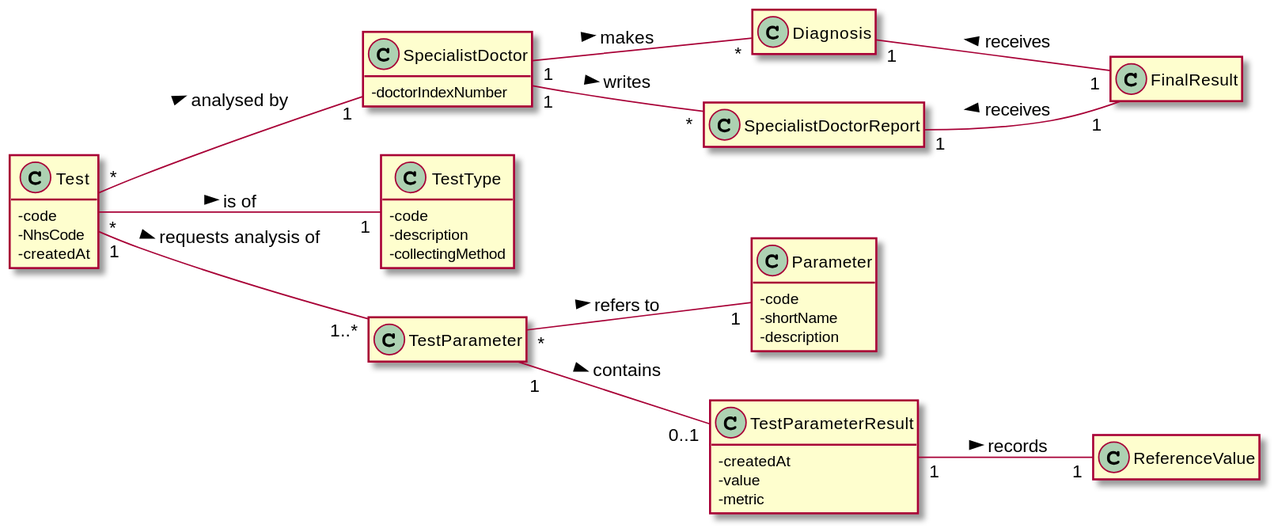
Above: docs/SprintC/US_14/US014_DM.svg in ana-albergaria/LAPR2-ISEP (PlantUML), before the change. Its diagram source:
```plantuml
@startuml

skinparam classAttributeIconSize 0
hide empty methods
hide empty attributes
left to right direction

class FinalResult{}


class Diagnosis{}

class SpecialistDoctorReport{}

class SpecialistDoctor{
- doctorIndexNumber
}

class Test{
- code
- NhsCode
- createdAt
}

class TestType{
- code
- description
- collectingMethod
}

class TestParameter{}

class Parameter{
- code
- shortName
- description
}

class TestParameterResult{
- createdAt
- value
- metric
}

class ReferenceValue{}

Test "*" -- "1" SpecialistDoctor : analysed by >
SpecialistDoctor "1" -- "*" Diagnosis : makes >
SpecialistDoctor "1" -- "*" SpecialistDoctorReport : writes >
Diagnosis "1" -- "1" FinalResult : receives <
SpecialistDoctorReport "1" -- "1" FinalResult : receives <
Test "*" -- "1" TestType : is of >
Test "1" -- "1..*" TestParameter : requests analysis of >
TestParameter "*" -- "1" Parameter : refers to >
TestParameter "1" -- "0..1" TestParameterResult : contains >
TestParameterResult "1" -- "1" ReferenceValue : records >


@enduml
```
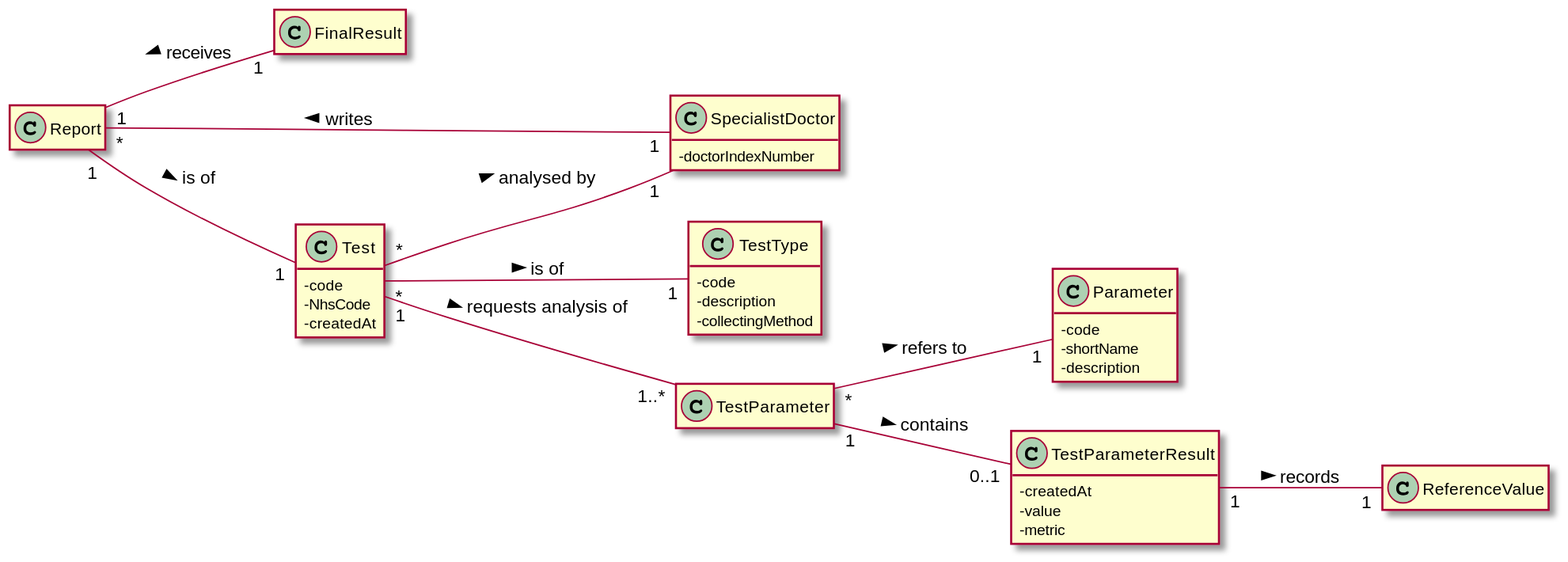
After the commit.

What changed in the source:
```diff
@@ -8,9 +8,8 @@
 class FinalResult{}
 
 
-class Diagnosis{}
 
-class SpecialistDoctorReport{}
+class Report{}
 
 class SpecialistDoctor{
 - doctorIndexNumber
@@ -45,10 +44,9 @@
 class ReferenceValue{}
 
 Test "*" -- "1" SpecialistDoctor : analysed by >
-SpecialistDoctor "1" -- "*" Diagnosis : makes >
-SpecialistDoctor "1" -- "*" SpecialistDoctorReport : writes >
-Diagnosis "1" -- "1" FinalResult : receives <
-SpecialistDoctorReport "1" -- "1" FinalResult : receives <
+SpecialistDoctor "1" -- "*" Report : writes >
+Report "1" -- "1" FinalResult : receives <
+Report "1" -- "1" Test : is of >
 Test "*" -- "1" TestType : is of >
 Test "1" -- "1..*" TestParameter : requests analysis of >
 TestParameter "*" -- "1" Parameter : refers to >
```
